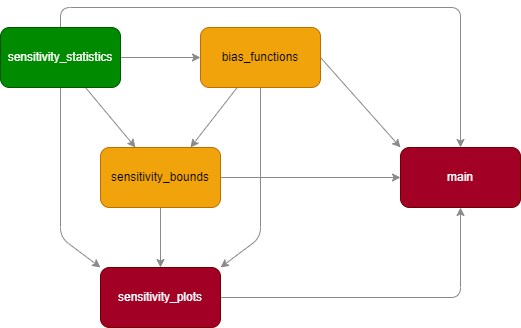
The draw.io diagram map.png in d2cml-ai/JlSensemakr.jl, before a commit. Source tidied: cells renumbered, new cells last; positions are measured from the earlier drawing's top-left corner, leaving out a move shared by most shapes.
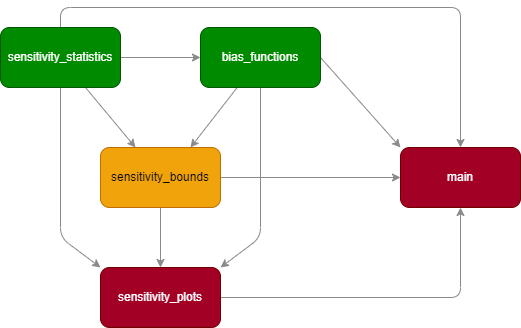
After the commit.

The edit, as a diff of the source:
```diff
@@ -40,7 +40,7 @@
         </Array>
       </mxGeometry>
     </mxCell>
-    <mxCell id="10" value="bias_functions" style="rounded=1;whiteSpace=wrap;html=1;fillColor=#f0a30a;fontColor=#000000;strokeColor=#BD7000;" parent="1" vertex="1">
+    <mxCell id="10" value="bias_functions" style="rounded=1;whiteSpace=wrap;html=1;fillColor=#008a00;fontColor=#ffffff;strokeColor=#005700;" parent="1" vertex="1">
       <mxGeometry x="200" y="20" width="120" height="60" as="geometry" />
     </mxCell>
     <mxCell id="11" style="edgeStyle=none;html=1;entryX=0.5;entryY=0;entryDx=0;entryDy=0;strokeColor=#8A8A8A;" parent="1" edge="1" source="13" target="15">
```
